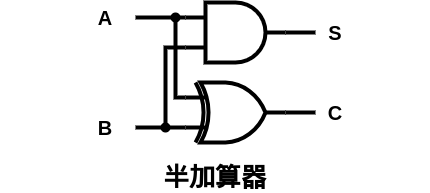
This is images/LetsMakeCPU/halfadder.png from VLSI-JP/VLSI-JP.github.io, a draw.io export, as it was before one commit. Source tidied: cells renumbered, new cells last; positions are measured from the earlier drawing's top-left corner, leaving out a move shared by most shapes.
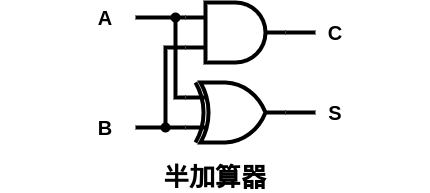
Above is the later version.

What changed in the source:
```diff
@@ -11,10 +11,10 @@
     <mxCell id="4" value="B" style="text;html=1;strokeColor=none;fillColor=none;align=center;verticalAlign=middle;whiteSpace=wrap;rounded=0;fontSize=20;fontStyle=1;" parent="1" vertex="1">
       <mxGeometry x="75" y="110" width="60" height="30" as="geometry" />
     </mxCell>
-    <mxCell id="5" value="S" style="text;html=1;strokeColor=none;fillColor=none;align=center;verticalAlign=middle;whiteSpace=wrap;rounded=0;fontSize=20;fontStyle=1;" parent="1" vertex="1">
+    <mxCell id="5" value="C" style="text;html=1;strokeColor=none;fillColor=none;align=center;verticalAlign=middle;whiteSpace=wrap;rounded=0;fontSize=20;fontStyle=1;" parent="1" vertex="1">
       <mxGeometry x="305" y="15" width="60" height="30" as="geometry" />
     </mxCell>
-    <mxCell id="6" value="C" style="text;html=1;strokeColor=none;fillColor=none;align=center;verticalAlign=middle;whiteSpace=wrap;rounded=0;fontSize=20;fontStyle=1;" parent="1" vertex="1">
+    <mxCell id="6" value="S" style="text;html=1;strokeColor=none;fillColor=none;align=center;verticalAlign=middle;whiteSpace=wrap;rounded=0;fontSize=20;fontStyle=1;" parent="1" vertex="1">
       <mxGeometry x="305" y="95" width="60" height="30" as="geometry" />
     </mxCell>
     <mxCell id="7" style="edgeStyle=orthogonalEdgeStyle;rounded=0;jettySize=auto;html=1;exitX=0;exitY=0.75;exitDx=0;exitDy=0;exitPerimeter=0;entryX=1;entryY=0.5;entryDx=0;entryDy=0;endArrow=none;endFill=0;strokeWidth=4;" parent="1" edge="1" source="10" target="4">
```
